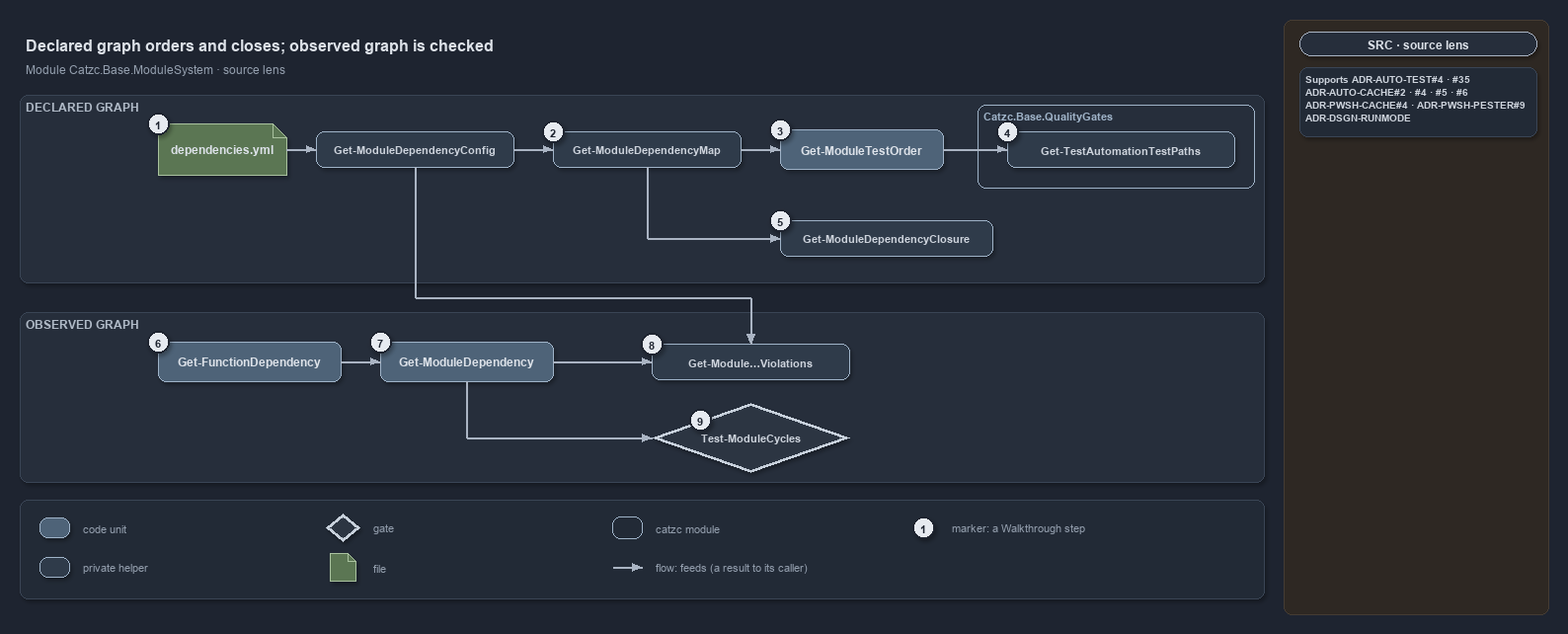
This is docs/.assets/references/automation/catzc-base-modulesystem/module-graph-declared-vs-observed.drawio.png from casperease/catzc, a draw.io export, as it was before one commit. Source tidied: cells renumbered, new cells last; positions are measured from the earlier drawing's top-left corner, leaving out a move shared by most shapes.
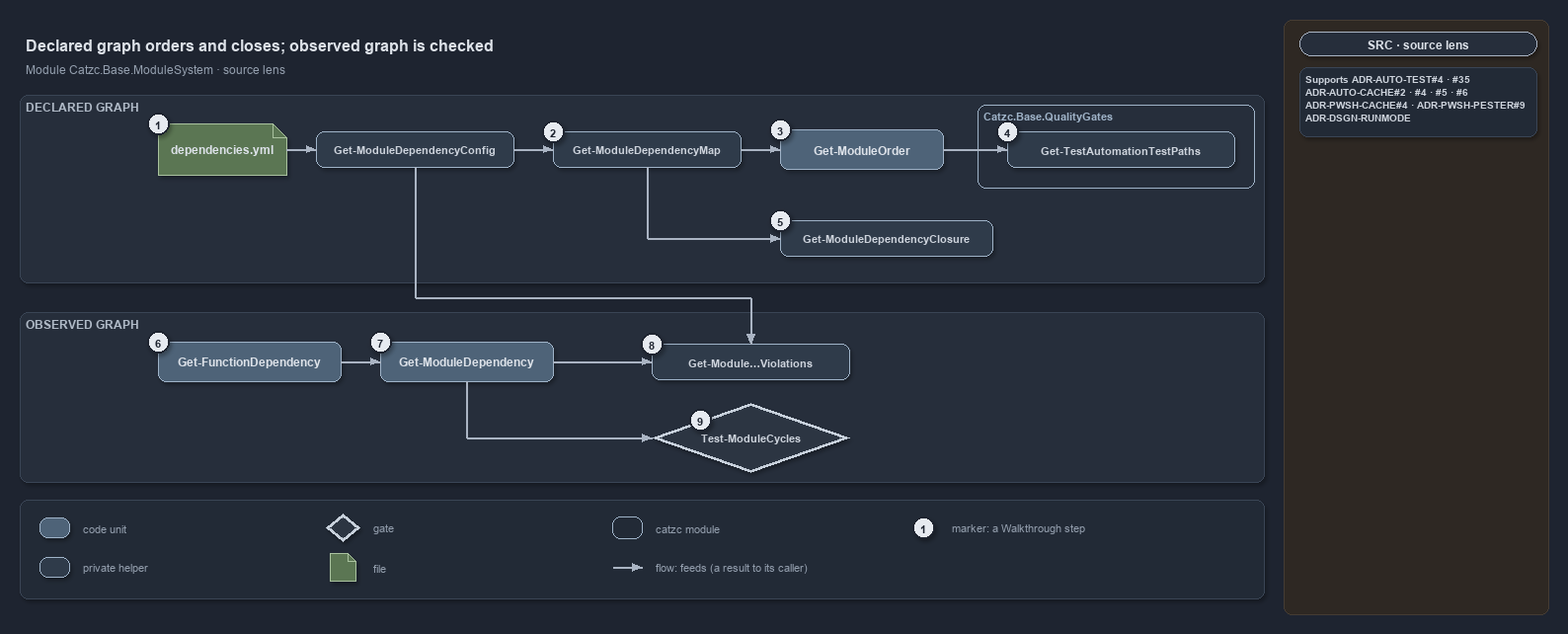
The same diagram one commit later.

Change to the diagram source:
```diff
@@ -29,7 +29,7 @@
     <mxCell id="10" value="&lt;b&gt;Get-ModuleDependencyMap&lt;/b&gt;" style="rounded=1;whiteSpace=wrap;html=1;arcSize=20;fillColor=#2F3B4A;strokeColor=#9FB3C8;fontColor=#CDD3DC;fontSize=11;" parent="1" vertex="1">
       <mxGeometry x="540" y="113" width="190" height="36" as="geometry" />
     </mxCell>
-    <mxCell id="11" value="&lt;b&gt;Get-ModuleTestOrder&lt;/b&gt;" style="rounded=1;whiteSpace=wrap;html=1;arcSize=20;fillColor=#4E6378;strokeColor=#9FB3C8;fontColor=#DDE2E9;fontSize=12;" parent="1" vertex="1">
+    <mxCell id="11" value="&lt;b&gt;Get-ModuleOrder&lt;/b&gt;" style="rounded=1;whiteSpace=wrap;html=1;arcSize=20;fillColor=#4E6378;strokeColor=#9FB3C8;fontColor=#DDE2E9;fontSize=12;" parent="1" vertex="1">
       <mxGeometry x="770" y="111" width="165" height="40" as="geometry" />
     </mxCell>
     <mxCell id="12" value="&lt;b&gt;Get-TestAutomationTestPaths&lt;/b&gt;" style="rounded=1;whiteSpace=wrap;html=1;arcSize=20;fillColor=#2F3B4A;strokeColor=#9FB3C8;fontColor=#CDD3DC;fontSize=11;" parent="1" vertex="1">
```
